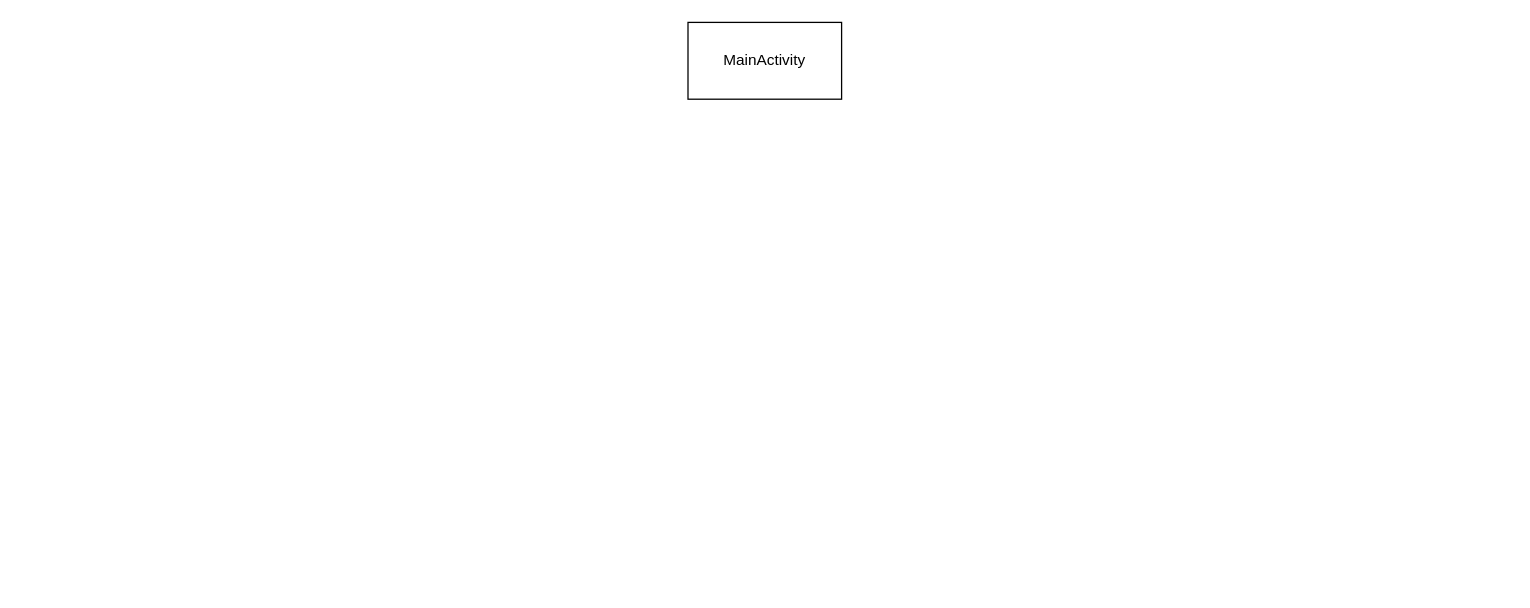
Earlier version of the draw.io diagram instgramClone.drawio (minheeV/insta-clone). Source tidied: cells renumbered, new cells numbered last; positions are measured from the earlier drawing's top-left corner, leaving out a move shared by most shapes. Both pictures are drawn from the tidied source at 128%, with x=0, y=0 at pixel (687, 22).
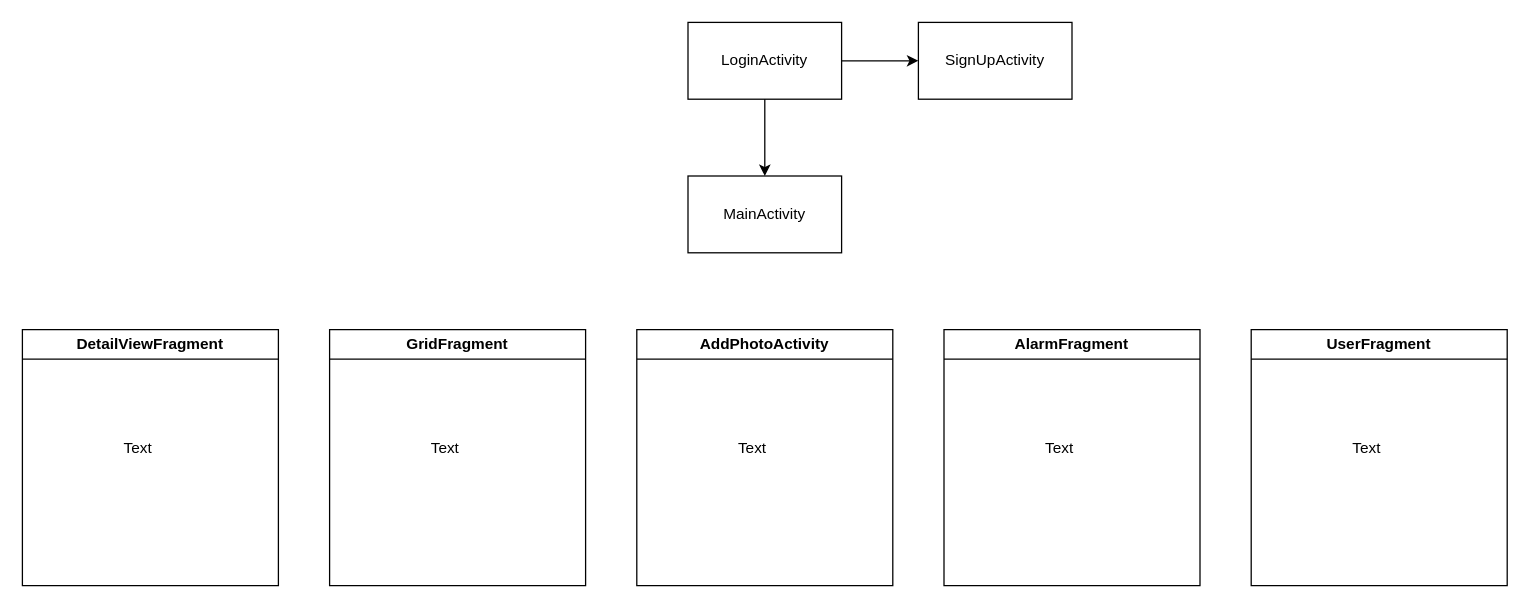
Above is the later version.

The edit, as a diff of the source:
```diff
@@
 <mxGraphModel>
   <root>
     <mxCell id="0" />
     <mxCell id="1" parent="0" />
-    <mxCell id="2" value="MainActivity" style="rounded=0;whiteSpace=wrap;html=1;" parent="1" vertex="1">
+    <mxCell id="2" value="LoginActivity" style="rounded=0;whiteSpace=wrap;html=1;" parent="1" vertex="1">
       <mxGeometry width="120" height="60" as="geometry" />
     </mxCell>
+    <mxCell id="3" style="endArrow=classic;html=1;rounded=0;exitX=0.5;exitY=1;exitDx=0;exitDy=0;entryX=0.5;entryY=0;entryDx=0;entryDy=0;" parent="1" edge="1" source="2" target="4">
+      <mxGeometry relative="1" as="geometry">
+        <Array as="points">
+          <mxPoint x="60" y="60" />
+        </Array>
+      </mxGeometry>
+    </mxCell>
+    <mxCell id="4" value="MainActivity" style="rounded=0;whiteSpace=wrap;html=1;" parent="1" vertex="1">
+      <mxGeometry y="120" width="120" height="60" as="geometry" />
+    </mxCell>
+    <mxCell id="5" value="AddPhotoActivity" style="swimlane;whiteSpace=wrap;html=1;" parent="1" vertex="1">
+      <mxGeometry x="-40" y="240" width="200" height="200" as="geometry" />
+    </mxCell>
+    <mxCell id="6" value="Text" style="text;html=1;align=center;verticalAlign=middle;strokeColor=none;fillColor=none;" parent="1" vertex="1">
+      <mxGeometry x="25" y="318" width="50" height="30" as="geometry" />
+    </mxCell>
+    <mxCell id="7" value="AlarmFragment" style="swimlane;whiteSpace=wrap;html=1;" parent="1" vertex="1">
+      <mxGeometry x="200" y="240" width="200" height="200" as="geometry" />
+    </mxCell>
+    <mxCell id="8" value="Text" style="text;html=1;align=center;verticalAlign=middle;strokeColor=none;fillColor=none;" parent="1" vertex="1">
+      <mxGeometry x="265" y="318" width="50" height="30" as="geometry" />
+    </mxCell>
+    <mxCell id="9" value="GridFragment" style="swimlane;whiteSpace=wrap;html=1;" parent="1" vertex="1">
+      <mxGeometry x="-280" y="240" width="200" height="200" as="geometry" />
+    </mxCell>
+    <mxCell id="10" value="Text" style="text;html=1;align=center;verticalAlign=middle;strokeColor=none;fillColor=none;" parent="1" vertex="1">
+      <mxGeometry x="-215" y="318" width="50" height="30" as="geometry" />
+    </mxCell>
+    <mxCell id="11" value="DetailViewFragment" style="swimlane;whiteSpace=wrap;html=1;" parent="1" vertex="1">
+      <mxGeometry x="-520" y="240" width="200" height="200" as="geometry" />
+    </mxCell>
+    <mxCell id="12" value="Text" style="text;html=1;align=center;verticalAlign=middle;strokeColor=none;fillColor=none;" parent="1" vertex="1">
+      <mxGeometry x="-455" y="318" width="50" height="30" as="geometry" />
+    </mxCell>
+    <mxCell id="13" value="UserFragment" style="swimlane;whiteSpace=wrap;html=1;" parent="1" vertex="1">
+      <mxGeometry x="440" y="240" width="200" height="200" as="geometry" />
+    </mxCell>
+    <mxCell id="14" value="Text" style="text;html=1;align=center;verticalAlign=middle;strokeColor=none;fillColor=none;" parent="1" vertex="1">
+      <mxGeometry x="505" y="318" width="50" height="30" as="geometry" />
+    </mxCell>
+    <mxCell id="15" style="endArrow=classic;html=1;rounded=0;" parent="1" edge="1">
+      <mxGeometry relative="1" as="geometry">
+        <mxPoint x="120" y="30" as="sourcePoint" />
+        <mxPoint x="180" y="30" as="targetPoint" />
+      </mxGeometry>
+    </mxCell>
+    <mxCell id="16" value="SignUpActivity" style="rounded=0;whiteSpace=wrap;html=1;" parent="1" vertex="1">
+      <mxGeometry x="180" width="120" height="60" as="geometry" />
+    </mxCell>
   </root>
 </mxGraphModel>
```
